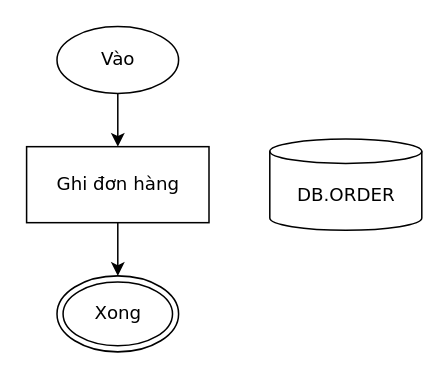
luytbq/flowcast keeps this draw.io diagram as conformance/golden/optimize/flowchart-08-db-attach.drawio. Above is the earlier version. Source tidied: cells renumbered, new cells numbered last; positions are measured from the earlier drawing's top-left corner, leaving out a move shared by most shapes. Both pictures are drawn from the tidied source at 152%, with x=0, y=0 at pixel (26, 26).
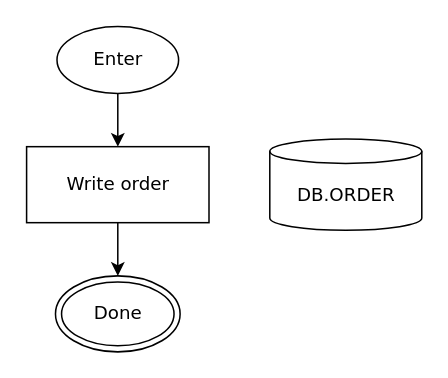
The same page after the edit.

What changed in the source:
```diff
@@
 <mxGraphModel>
   <root>
     <mxCell id="0" />
     <mxCell id="1" parent="0" />
-    <mxCell id="2" value="Vào" style="ellipse;html=1;fontFamily=Verdana;fontSize=12;flowtable=1;" parent="1" vertex="1">
+    <mxCell id="2" value="Enter" style="ellipse;html=1;fontFamily=Verdana;fontSize=12;flowtable=1;" parent="1" vertex="1">
       <mxGeometry x="20" width="80" height="44" as="geometry" />
     </mxCell>
-    <mxCell id="3" value="Ghi đơn hàng" style="rounded=0;html=1;fontFamily=Verdana;fontSize=12;flowtable=1;" parent="1" vertex="1">
+    <mxCell id="3" value="Write order" style="rounded=0;html=1;fontFamily=Verdana;fontSize=12;flowtable=1;" parent="1" vertex="1">
       <mxGeometry y="79" width="120" height="50" as="geometry" />
     </mxCell>
     <mxCell id="4" value="DB.ORDER" style="shape=cylinder3;html=1;boundedLbl=1;backgroundOutline=1;size=8;fontFamily=Verdana;fontSize=12;flowtable=1;" parent="1" vertex="1">
       <mxGeometry x="160" y="74" width="100" height="60" as="geometry" />
     </mxCell>
-    <mxCell id="5" value="Xong" style="shape=doubleEllipse;html=1;fontFamily=Verdana;fontSize=12;flowtable=1;" parent="1" vertex="1">
-      <mxGeometry x="20" y="164" width="80" height="50" as="geometry" />
+    <mxCell id="5" value="Done" style="shape=doubleEllipse;html=1;fontFamily=Verdana;fontSize=12;flowtable=1;" parent="1" vertex="1">
+      <mxGeometry x="19" y="164" width="82" height="50" as="geometry" />
     </mxCell>
     <mxCell id="6" style="edgeStyle=orthogonalEdgeStyle;rounded=0;jettySize=auto;html=1;labelBackgroundColor=default;exitX=0.5;exitY=1;exitDx=0;exitDy=0;entryX=0.5;entryY=0;entryDx=0;entryDy=0;fontFamily=Verdana;fontSize=12;flowtable=1;" parent="1" edge="1" source="2" target="3">
       <mxGeometry relative="1" as="geometry" />
     </mxCell>
     <mxCell id="7" style="edgeStyle=orthogonalEdgeStyle;rounded=0;jettySize=auto;html=1;labelBackgroundColor=default;exitX=0.5;exitY=1;exitDx=0;exitDy=0;entryX=0.5;entryY=0;entryDx=0;entryDy=0;fontFamily=Verdana;fontSize=12;flowtable=1;" parent="1" edge="1" source="3" target="5">
       <mxGeometry relative="1" as="geometry" />
     </mxCell>
   </root>
 </mxGraphModel>
```
